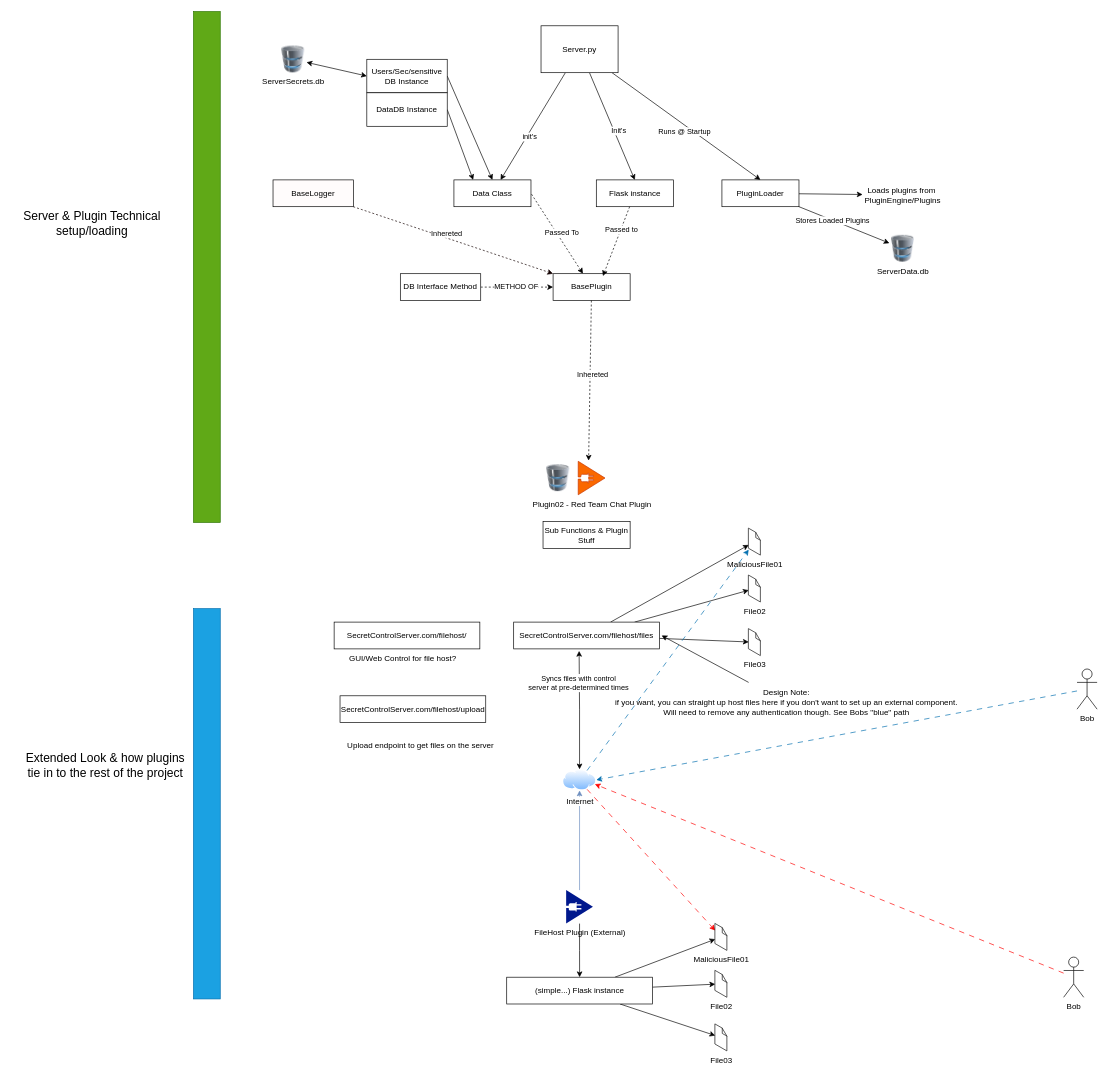
Above: .Dev/FileHostPlugin.drawio in ryanq47/WhisperNet (draw.io), before the change. Source tidied: cells renumbered, new cells numbered last; positions are measured from the earlier drawing's top-left corner, leaving out a move shared by most shapes. Both pictures are drawn from the tidied source at 67%, with x=0, y=0 at pixel (-49, 25).
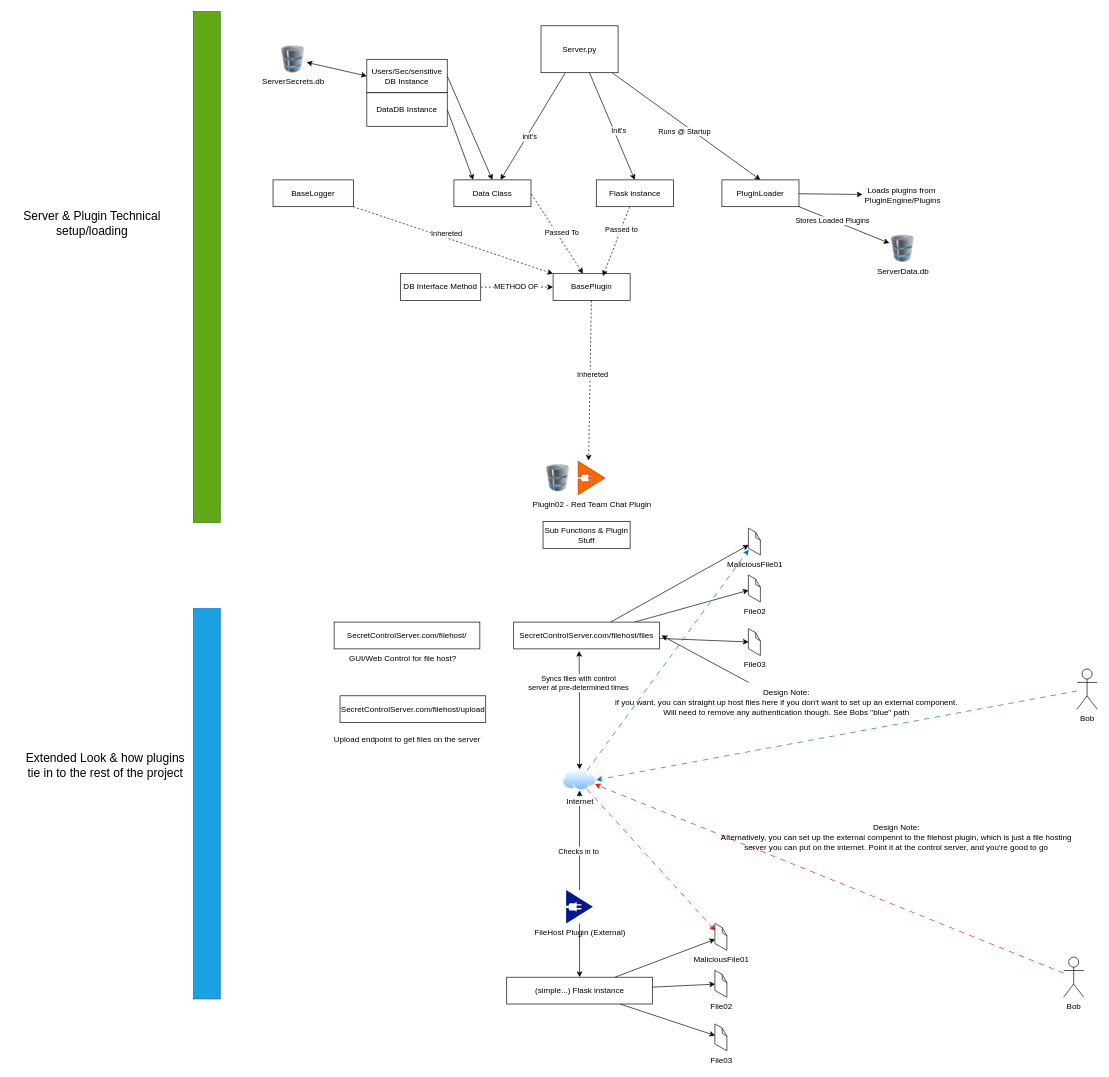
The same diagram, later.

The change refers to these unchanged cells:
```xml
<mxCell id="29" value="FileHost Plugin (External)" style="sketch=0;shadow=0;dashed=0;html=1;strokeColor=none;labelPosition=center;verticalLabelPosition=bottom;verticalAlign=top;align=center;fillColor=#00188D;shape=mxgraph.mscae.enterprise.plug_and_play;" parent="1" vertex="1">
  <mxGeometry x="917.5" y="1290" width="40" height="50" as="geometry" />
</mxCell>
<mxCell id="54" value="Internet" style="image;perimeter=ellipsePerimeter;html=1;align=center;shadow=0;dashed=0;spacingTop=3;image=img/lib/active_directory/internet_cloud.svg;" parent="1" vertex="1">
  <mxGeometry x="912.5" y="1109.8" width="50" height="31.5" as="geometry" />
</mxCell>
```

Diff of the diagram source:
```diff
@@
-    <mxCell id="51" style="rounded=0;jettySize=auto;html=1;fillColor=#dae8fc;strokeColor=#6c8ebf;" parent="1" edge="1" source="29" target="54">
+    <mxCell id="51" style="rounded=0;jettySize=auto;html=1;fillColor=#dae8fc;strokeColor=#000000;" parent="1" edge="1" source="29" target="54">
       <mxGeometry relative="1" as="geometry" />
     </mxCell>
+    <mxCell id="76" value="Checks in to" style="edgeLabel;html=1;align=center;verticalAlign=middle;" parent="51" vertex="1">
+      <mxGeometry x="-0.21" y="3" relative="1" as="geometry">
+        <mxPoint x="1" as="offset" />
+      </mxGeometry>
+    </mxCell>
@@
     <mxCell id="75" value="Upload endpoint to get files on the server" style="text;html=1;align=center;verticalAlign=middle;strokeColor=none;fillColor=none;" parent="1" vertex="1">
-      <mxGeometry x="580" y="1060" width="240" height="30" as="geometry" />
+      <mxGeometry x="560" y="1050" width="240" height="30" as="geometry" />
     </mxCell>
+    <mxCell id="77" value="Design Note:&lt;br&gt;&amp;nbsp;Alternatively, you can set up the external compennt to the filehost plugin, which is just a file hosting&amp;nbsp;&lt;br&gt;server you can put on the internet. Point it at the control server, and you're good to go" style="text;html=1;align=center;verticalAlign=middle;strokeColor=none;fillColor=none;" parent="1" vertex="1">
+      <mxGeometry x="1135" y="1181.2" width="550" height="60" as="geometry" />
+    </mxCell>
```
